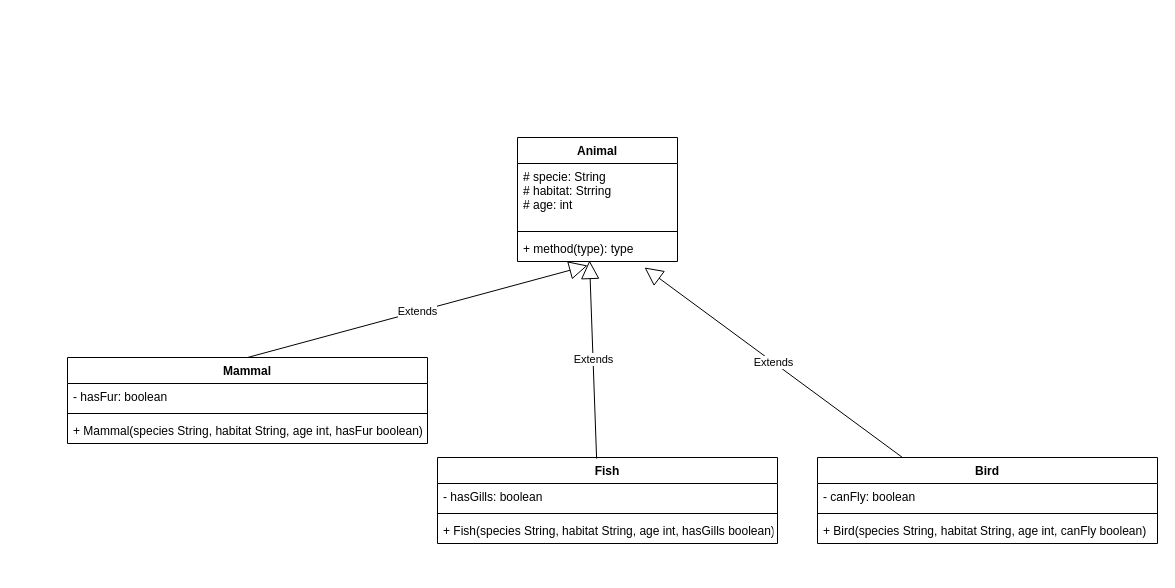
Earlier version of the draw.io diagram Week7/Inheritance_concepts/src/animals/animals.drawio (Julian-Florez/OOP-Project). Source tidied: cells renumbered, new cells numbered last; positions are measured from the earlier drawing's top-left corner, leaving out a move shared by most shapes. Both pictures are drawn from the tidied source at 100%, with x=0, y=0 at pixel (67, 137).
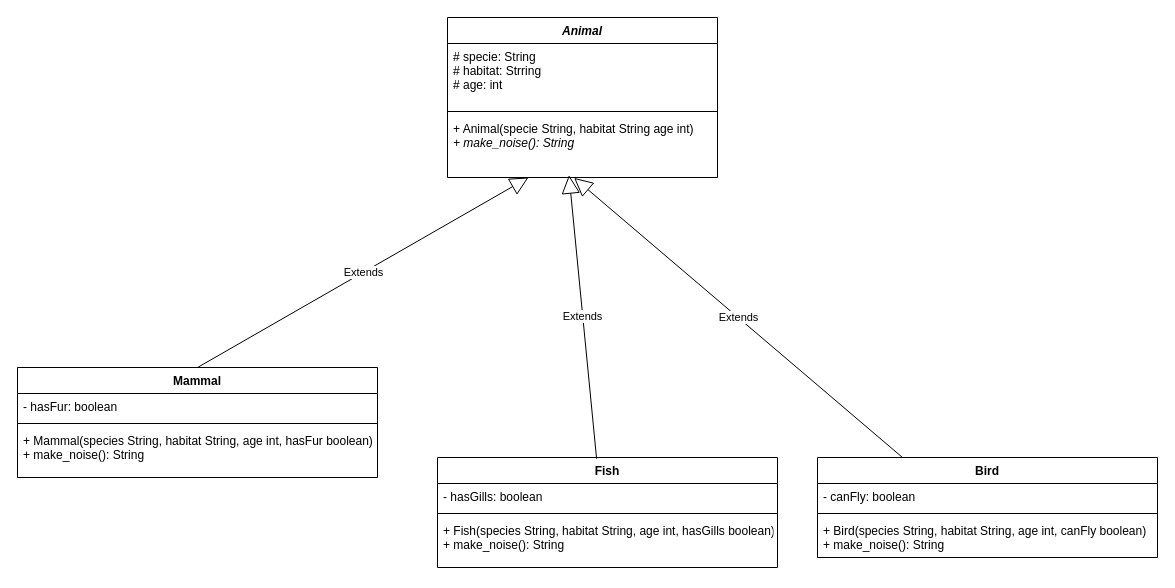
After the change.

The edit, as a diff of the source:
```diff
@@
-    <mxCell id="2" value="Animal" style="swimlane;fontStyle=1;align=center;verticalAlign=top;horizontal=1;startSize=26;" parent="1" vertex="1">
-      <mxGeometry x="450" width="160" height="124" as="geometry" />
+    <mxCell id="2" value="Animal" style="swimlane;fontStyle=3;align=center;verticalAlign=top;horizontal=1;startSize=26;" parent="1" vertex="1">
+      <mxGeometry x="380" y="-120" width="270" height="160" as="geometry" />
     </mxCell>
     <mxCell id="3" value="# specie: String&#10;# habitat: Strring&#10;# age: int" style="text;strokeColor=none;fillColor=none;align=left;verticalAlign=top;spacingLeft=4;spacingRight=4;overflow=hidden;" parent="2" vertex="1">
-      <mxGeometry y="26" width="160" height="64" as="geometry" />
+      <mxGeometry y="26" width="270" height="64" as="geometry" />
     </mxCell>
     <mxCell id="4" style="line;strokeWidth=1;fillColor=none;align=left;verticalAlign=middle;spacingTop=-1;spacingLeft=3;spacingRight=3;labelPosition=right;strokeColor=inherit;" parent="2" vertex="1">
-      <mxGeometry y="90" width="160" height="8" as="geometry" />
+      <mxGeometry y="90" width="270" height="8" as="geometry" />
     </mxCell>
-    <mxCell id="5" value="+ method(type): type" style="text;strokeColor=none;fillColor=none;align=left;verticalAlign=top;spacingLeft=4;spacingRight=4;overflow=hidden;points=[[0,0.5],[1,0.5]];portConstraint=eastwest;" parent="2" vertex="1">
-      <mxGeometry y="98" width="160" height="26" as="geometry" />
+    <mxCell id="5" value="+ Animal(specie String, habitat String age int)&lt;br&gt;&lt;i&gt;+ make_noise(): String&lt;/i&gt;" style="text;strokeColor=none;fillColor=none;align=left;verticalAlign=top;spacingLeft=4;spacingRight=4;overflow=hidden;points=[[0,0.5],[1,0.5]];portConstraint=eastwest;html=1;" parent="2" vertex="1">
+      <mxGeometry y="98" width="270" height="62" as="geometry" />
     </mxCell>
     <mxCell id="6" value="Mammal&#10;" style="swimlane;fontStyle=1;align=center;verticalAlign=top;horizontal=1;startSize=26;" parent="1" vertex="1">
-      <mxGeometry y="220" width="360" height="86" as="geometry" />
+      <mxGeometry x="-50" y="230" width="360" height="110" as="geometry" />
     </mxCell>
@@
-    <mxCell id="9" value="+ Mammal(species String, habitat String, age int, hasFur boolean)" style="text;strokeColor=none;fillColor=none;align=left;verticalAlign=top;spacingLeft=4;spacingRight=4;overflow=hidden;" parent="6" vertex="1">
-      <mxGeometry y="60" width="360" height="26" as="geometry" />
+    <mxCell id="9" value="+ Mammal(species String, habitat String, age int, hasFur boolean)&#10;+ make_noise(): String" style="text;strokeColor=none;fillColor=none;align=left;verticalAlign=top;spacingLeft=4;spacingRight=4;overflow=hidden;" parent="6" vertex="1">
+      <mxGeometry y="60" width="360" height="50" as="geometry" />
     </mxCell>
     <mxCell id="10" value="Fish" style="swimlane;fontStyle=1;align=center;verticalAlign=top;horizontal=1;startSize=26;" parent="1" vertex="1">
-      <mxGeometry x="370" y="320" width="340" height="86" as="geometry" />
+      <mxGeometry x="370" y="320" width="340" height="110" as="geometry" />
     </mxCell>
@@
-    <mxCell id="13" value="+ Fish(species String, habitat String, age int, hasGills boolean)" style="text;strokeColor=none;fillColor=none;align=left;verticalAlign=top;spacingLeft=4;spacingRight=4;overflow=hidden;" parent="10" vertex="1">
-      <mxGeometry y="60" width="340" height="26" as="geometry" />
+    <mxCell id="13" value="+ Fish(species String, habitat String, age int, hasGills boolean)&#10;+ make_noise(): String" style="text;strokeColor=none;fillColor=none;align=left;verticalAlign=top;spacingLeft=4;spacingRight=4;overflow=hidden;" parent="10" vertex="1">
+      <mxGeometry y="60" width="340" height="50" as="geometry" />
     </mxCell>
     <mxCell id="14" value="Bird" style="swimlane;fontStyle=1;align=center;verticalAlign=top;horizontal=1;startSize=26;" parent="1" vertex="1">
-      <mxGeometry x="750" y="320" width="340" height="86" as="geometry" />
+      <mxGeometry x="750" y="320" width="340" height="100" as="geometry" />
     </mxCell>
@@
-    <mxCell id="17" value="+ Bird(species String, habitat String, age int, canFly boolean)" style="text;strokeColor=none;fillColor=none;align=left;verticalAlign=top;spacingLeft=4;spacingRight=4;overflow=hidden;" parent="14" vertex="1">
-      <mxGeometry y="60" width="340" height="26" as="geometry" />
+    <mxCell id="17" value="+ Bird(species String, habitat String, age int, canFly boolean)&#10;+ make_noise(): String" style="text;strokeColor=none;fillColor=none;align=left;verticalAlign=top;spacingLeft=4;spacingRight=4;overflow=hidden;" parent="14" vertex="1">
+      <mxGeometry y="60" width="340" height="40" as="geometry" />
     </mxCell>
-    <mxCell id="18" value="Extends" style="endArrow=block;endSize=16;endFill=0;html=1;entryX=0.438;entryY=1.154;entryDx=0;entryDy=0;entryPerimeter=0;exitX=0.5;exitY=0;exitDx=0;exitDy=0;" parent="1" edge="1" source="6" target="5">
+    <mxCell id="18" value="Extends" style="endArrow=block;endSize=16;endFill=0;html=1;exitX=0.5;exitY=0;exitDx=0;exitDy=0;" parent="1" edge="1" source="6" target="5">
       <mxGeometry relative="1" as="geometry" />
     </mxCell>
@@
-    <mxCell id="20" value="Extends" style="endArrow=block;endSize=16;endFill=0;html=1;exitX=0.25;exitY=0;exitDx=0;exitDy=0;entryX=0.794;entryY=1.231;entryDx=0;entryDy=0;entryPerimeter=0;" parent="1" edge="1" source="14" target="5">
+    <mxCell id="20" value="Extends" style="endArrow=block;endSize=16;endFill=0;html=1;exitX=0.25;exitY=0;exitDx=0;exitDy=0;entryX=0.469;entryY=1.006;entryDx=0;entryDy=0;entryPerimeter=0;" parent="1" edge="1" source="14" target="5">
       <mxGeometry relative="1" as="geometry" />
     </mxCell>
```
